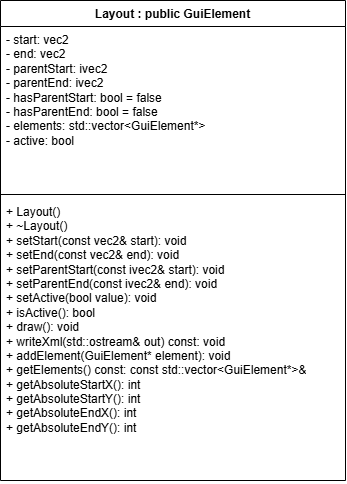
This is images/Milestone005_UML.png from cgreen2048/ArtHuddle, a draw.io export, as it was before one commit. Source tidied: cells renumbered, new cells last; positions are measured from the earlier drawing's top-left corner, leaving out a move shared by most shapes.
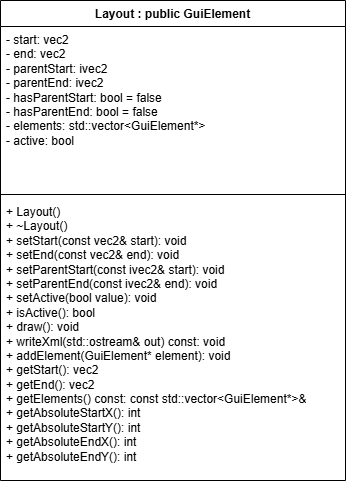
After the commit.

The edit, as a diff of the source:
```diff
@@ -11,7 +11,7 @@
     <mxCell id="4" style="line;strokeWidth=1;fillColor=none;align=left;verticalAlign=middle;spacingTop=-1;spacingLeft=3;spacingRight=3;labelPosition=right;strokeColor=inherit;" parent="2" vertex="1">
       <mxGeometry y="190" width="345" height="8" as="geometry" />
     </mxCell>
-    <mxCell id="5" value="+ Layout()&lt;div&gt;+ ~Layout()&lt;/div&gt;&lt;div&gt;+ setStart(const vec2&amp;amp; start): void&lt;/div&gt;&lt;div&gt;+ setEnd(const vec2&amp;amp; end): void&lt;br&gt;+ setParentStart(const ivec2&amp;amp; start): void&lt;/div&gt;&lt;div&gt;+ setParentEnd(const ivec2&amp;amp; end): void&lt;/div&gt;&lt;div&gt;+ setActive(bool value): void&lt;/div&gt;&lt;div&gt;+ isActive(): bool&lt;/div&gt;&lt;div&gt;+ draw(): void&lt;/div&gt;&lt;div&gt;+ writeXml(std::ostream&amp;amp; out) const: void&lt;/div&gt;&lt;div&gt;+ addElement(GuiElement* element): void&lt;/div&gt;&lt;div&gt;+ getElements() const: const std::vector&amp;lt;GuiElement*&amp;gt;&amp;amp;&lt;/div&gt;&lt;div&gt;+ getAbsoluteStartX(): int&lt;/div&gt;&lt;div&gt;+ getAbsoluteStartY(): int&lt;/div&gt;&lt;div&gt;+ getAbsoluteEndX(): int&lt;/div&gt;&lt;div&gt;+ getAbsoluteEndY(): int&lt;/div&gt;&lt;div&gt;&lt;br&gt;&lt;/div&gt;" style="text;strokeColor=none;fillColor=none;align=left;verticalAlign=top;spacingLeft=4;spacingRight=4;overflow=hidden;whiteSpace=wrap;html=1;" parent="2" vertex="1">
+    <mxCell id="5" value="+ Layout()&lt;div&gt;+ ~Layout()&lt;/div&gt;&lt;div&gt;+ setStart(const vec2&amp;amp; start): void&lt;/div&gt;&lt;div&gt;+ setEnd(const vec2&amp;amp; end): void&lt;br&gt;+ setParentStart(const ivec2&amp;amp; start): void&lt;/div&gt;&lt;div&gt;+ setParentEnd(const ivec2&amp;amp; end): void&lt;/div&gt;&lt;div&gt;+ setActive(bool value): void&lt;/div&gt;&lt;div&gt;+ isActive(): bool&lt;/div&gt;&lt;div&gt;+ draw(): void&lt;/div&gt;&lt;div&gt;+ writeXml(std::ostream&amp;amp; out) const: void&lt;/div&gt;&lt;div&gt;+ addElement(GuiElement* element): void&lt;/div&gt;&lt;div&gt;+ getStart(): vec2&lt;/div&gt;&lt;div&gt;+ getEnd(): vec2&lt;/div&gt;&lt;div&gt;+ getElements() const: const std::vector&amp;lt;GuiElement*&amp;gt;&amp;amp;&lt;/div&gt;&lt;div&gt;+ getAbsoluteStartX(): int&lt;/div&gt;&lt;div&gt;+ getAbsoluteStartY(): int&lt;/div&gt;&lt;div&gt;+ getAbsoluteEndX(): int&lt;/div&gt;&lt;div&gt;+ getAbsoluteEndY(): int&lt;/div&gt;&lt;div&gt;&lt;br&gt;&lt;/div&gt;" style="text;strokeColor=none;fillColor=none;align=left;verticalAlign=top;spacingLeft=4;spacingRight=4;overflow=hidden;whiteSpace=wrap;html=1;" parent="2" vertex="1">
       <mxGeometry y="198" width="345" height="282" as="geometry" />
     </mxCell>
   </root>
```
